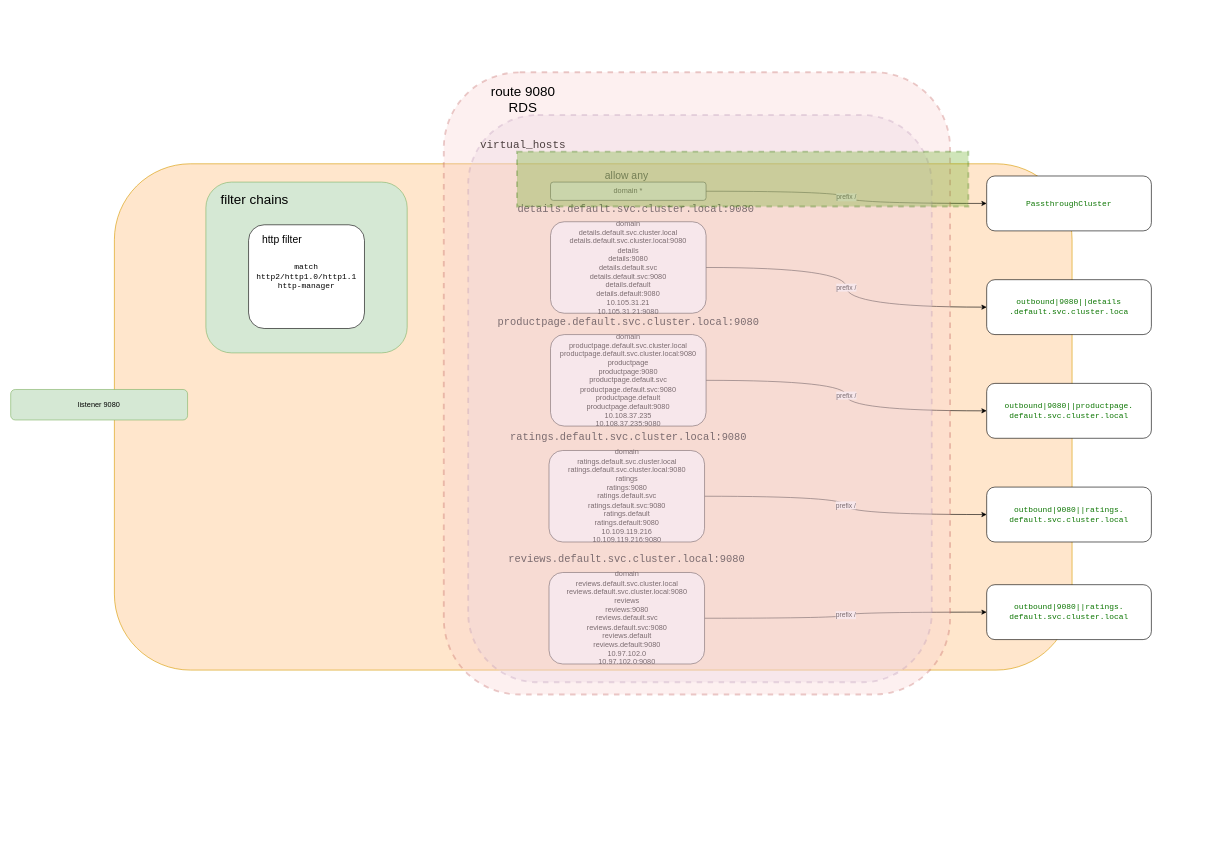
Above: p.drawio in yueyangtian/draw (draw.io), before the change. Source tidied: cells renumbered, new cells numbered last; positions are measured from the earlier drawing's top-left corner, leaving out a move shared by most shapes. Both pictures are drawn from the tidied source at 61%, with x=0, y=0 at pixel (10, 72).
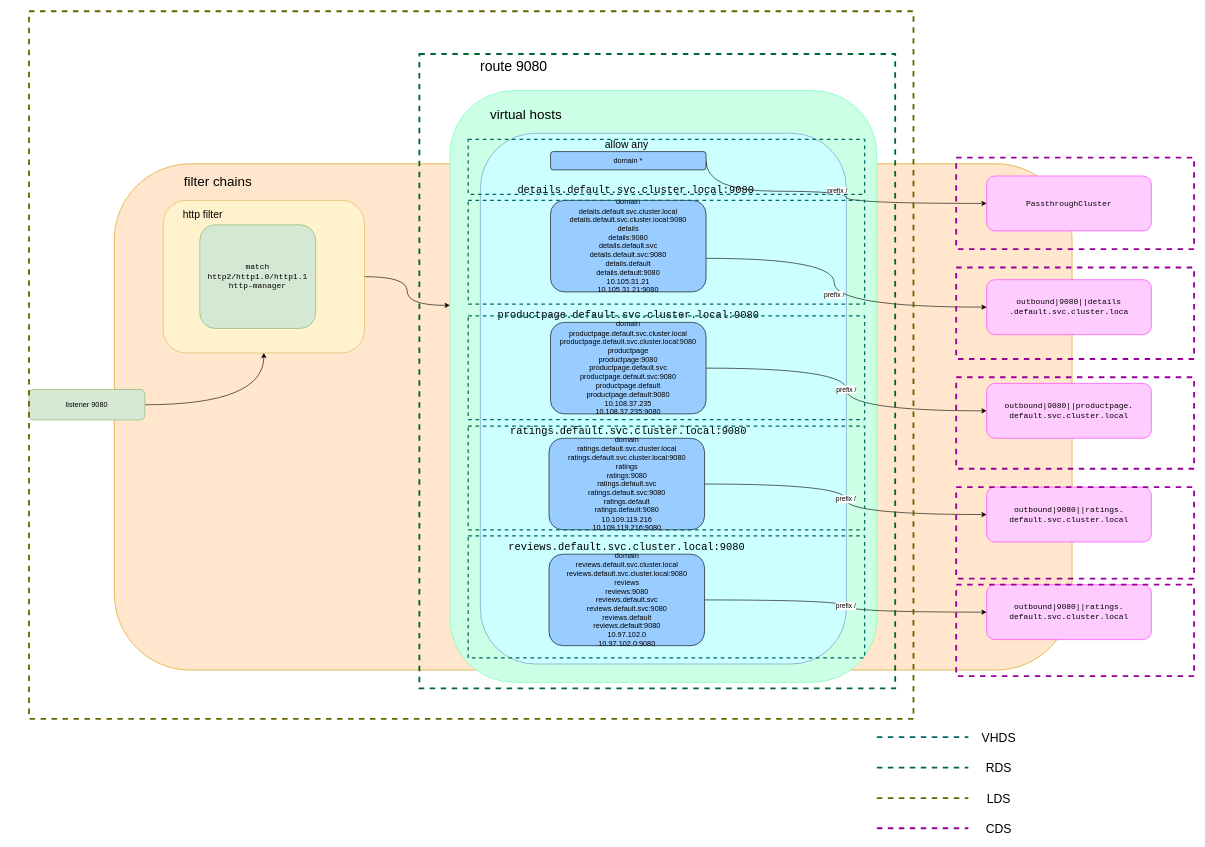
After the change.

The edit, as a diff of the source:
```diff
@@
+    <mxCell id="34" style="rounded=1;whiteSpace=wrap;html=1;glass=0;sketch=0;strokeWidth=1;gradientDirection=south;fillColor=#CCFFE6;strokeColor=#66FFB3;" parent="1" vertex="1">
+      <mxGeometry x="720" y="30" width="700" height="970" as="geometry" />
+    </mxCell>
+    <mxCell id="35" style="rounded=1;whiteSpace=wrap;html=1;glass=0;sketch=0;strokeColor=#6c8ebf;strokeWidth=1;gradientDirection=south;fillColor=#CCFFFF;" parent="1" vertex="1">
+      <mxGeometry x="770" y="100" width="600" height="870" as="geometry" />
+    </mxCell>
+    <mxCell id="36" style="edgeStyle=orthogonalEdgeStyle;curved=1;jettySize=auto;html=1;" parent="1" edge="1" source="3" target="4">
+      <mxGeometry relative="1" as="geometry" />
+    </mxCell>
     <mxCell id="3" value="listener 9080&lt;br&gt;" style="rounded=1;whiteSpace=wrap;html=1;fillColor=#d5e8d4;strokeColor=#82b366;" parent="1" vertex="1">
-      <mxGeometry y="520" width="290" height="50" as="geometry" />
+      <mxGeometry x="30" y="520" width="190" height="50" as="geometry" />
     </mxCell>
+    <mxCell id="37" style="edgeStyle=orthogonalEdgeStyle;curved=1;jettySize=auto;html=1;entryX=0;entryY=0.363;entryDx=0;entryDy=0;entryPerimeter=0;" parent="1" edge="1" source="4" target="34">
+      <mxGeometry relative="1" as="geometry" />
+    </mxCell>
-    <mxCell id="4" style="rounded=1;whiteSpace=wrap;html=1;fillColor=#d5e8d4;strokeColor=#82b366;align=left;" parent="1" vertex="1">
-      <mxGeometry x="320" y="180" width="330" height="280" as="geometry" />
+    <mxCell id="4" style="rounded=1;whiteSpace=wrap;html=1;fillColor=#fff2cc;strokeColor=#d6b656;align=left;" parent="1" vertex="1">
+      <mxGeometry x="250" y="210" width="330" height="250" as="geometry" />
     </mxCell>
-    <mxCell id="5" value="&lt;span style=&quot;font-family: monospace ; font-size: 13px&quot;&gt;match http2/http1.0/http1.1&lt;br&gt;http-manager&lt;/span&gt;" style="rounded=1;whiteSpace=wrap;html=1;align=center;" parent="1" vertex="1">
-      <mxGeometry x="390" y="250" width="190" height="170" as="geometry" />
+    <mxCell id="5" value="&lt;span style=&quot;font-family: monospace ; font-size: 13px&quot;&gt;match http2/http1.0/http1.1&lt;br&gt;http-manager&lt;/span&gt;" style="rounded=1;whiteSpace=wrap;html=1;align=center;fillColor=#d5e8d4;strokeColor=#82b366;" parent="1" vertex="1">
+      <mxGeometry x="310" y="250" width="190" height="170" as="geometry" />
     </mxCell>
@@
     <mxCell id="7" value="&lt;font style=&quot;font-size: 22px&quot;&gt;filter chains&lt;/font&gt;" style="text;html=1;strokeColor=none;fillColor=none;align=center;verticalAlign=middle;whiteSpace=wrap;rounded=0;" parent="1" vertex="1">
-      <mxGeometry x="330" y="190" width="140" height="40" as="geometry" />
+      <mxGeometry x="270" y="160" width="140" height="40" as="geometry" />
     </mxCell>
     <mxCell id="8" value="&lt;font style=&quot;font-size: 17px&quot;&gt;http filter&lt;/font&gt;" style="text;html=1;strokeColor=none;fillColor=none;align=center;verticalAlign=middle;whiteSpace=wrap;rounded=0;" parent="1" vertex="1">
-      <mxGeometry x="400" y="260" width="90" height="30" as="geometry" />
+      <mxGeometry x="270" y="220" width="90" height="30" as="geometry" />
     </mxCell>
@@
-    <mxCell id="10" value="domain *" style="rounded=1;whiteSpace=wrap;html=1;" parent="1" vertex="1">
-      <mxGeometry x="885" y="180" width="255" height="30" as="geometry" />
+    <mxCell id="10" value="domain *" style="rounded=1;whiteSpace=wrap;html=1;fillColor=#99CCFF;" parent="1" vertex="1">
+      <mxGeometry x="885" y="130" width="255" height="30" as="geometry" />
     </mxCell>
-    <mxCell id="11" value="&lt;span style=&quot;color: rgb(11 , 117 , 0) ; font-family: monospace ; font-size: 13px&quot;&gt;PassthroughCluster&lt;/span&gt;" style="rounded=1;whiteSpace=wrap;html=1;" parent="1" vertex="1">
+    <mxCell id="11" value="&lt;span style=&quot;font-family: monospace ; font-size: 13px&quot;&gt;PassthroughCluster&lt;/span&gt;" style="rounded=1;whiteSpace=wrap;html=1;fillColor=#FFCCFF;strokeColor=#FF33FF;" parent="1" vertex="1">
       <mxGeometry x="1600" y="170" width="270" height="90" as="geometry" />
     </mxCell>
-    <mxCell id="12" value="&lt;span style=&quot;color: rgb(11 , 117 , 0) ; font-family: monospace ; font-size: 13px&quot;&gt;outbound|9080||details&lt;br&gt;.default.svc.cluster.loca&lt;/span&gt;" style="rounded=1;whiteSpace=wrap;html=1;" parent="1" vertex="1">
+    <mxCell id="12" value="&lt;span style=&quot;font-family: monospace ; font-size: 13px&quot;&gt;outbound|9080||details&lt;br&gt;.default.svc.cluster.loca&lt;/span&gt;" style="rounded=1;whiteSpace=wrap;html=1;fillColor=#FFCCFF;strokeColor=#FF33FF;" parent="1" vertex="1">
       <mxGeometry x="1600" y="340" width="270" height="90" as="geometry" />
     </mxCell>
-    <mxCell id="13" value="&lt;span style=&quot;color: rgb(11 , 117 , 0) ; font-family: monospace ; font-size: 13px&quot;&gt;outbound|9080||productpage.&lt;br&gt;default.svc.cluster.local&lt;/span&gt;" style="rounded=1;whiteSpace=wrap;html=1;" parent="1" vertex="1">
+    <mxCell id="13" value="&lt;span style=&quot;font-family: monospace ; font-size: 13px&quot;&gt;outbound|9080||productpage.&lt;br&gt;default.svc.cluster.local&lt;/span&gt;" style="rounded=1;whiteSpace=wrap;html=1;fillColor=#FFCCFF;strokeColor=#FF33FF;" parent="1" vertex="1">
       <mxGeometry x="1600" y="510" width="270" height="90" as="geometry" />
     </mxCell>
-    <mxCell id="14" value="&lt;span style=&quot;color: rgb(11 , 117 , 0) ; font-family: monospace ; font-size: 13px&quot;&gt;outbound|9080||ratings.&lt;br&gt;default.svc.cluster.local&lt;/span&gt;" style="rounded=1;whiteSpace=wrap;html=1;" parent="1" vertex="1">
+    <mxCell id="14" value="&lt;span style=&quot;font-family: monospace ; font-size: 13px&quot;&gt;outbound|9080||ratings.&lt;br&gt;default.svc.cluster.local&lt;/span&gt;" style="rounded=1;whiteSpace=wrap;html=1;fillColor=#FFCCFF;strokeColor=#FF33FF;" parent="1" vertex="1">
       <mxGeometry x="1600" y="680" width="270" height="90" as="geometry" />
     </mxCell>
-    <mxCell id="15" value="&lt;span style=&quot;color: rgb(11 , 117 , 0) ; font-family: monospace ; font-size: 13px&quot;&gt;outbound|9080||ratings.&lt;br&gt;default.svc.cluster.local&lt;/span&gt;" style="rounded=1;whiteSpace=wrap;html=1;" parent="1" vertex="1">
+    <mxCell id="15" value="&lt;span style=&quot;font-family: monospace ; font-size: 13px&quot;&gt;outbound|9080||ratings.&lt;br&gt;default.svc.cluster.local&lt;/span&gt;" style="rounded=1;whiteSpace=wrap;html=1;fillColor=#FFCCFF;strokeColor=#FF33FF;" parent="1" vertex="1">
       <mxGeometry x="1600" y="840" width="270" height="90" as="geometry" />
     </mxCell>
     <mxCell id="16" value="&lt;font style=&quot;font-size: 17px&quot;&gt;allow any&lt;/font&gt;" style="text;html=1;strokeColor=none;fillColor=none;align=center;verticalAlign=middle;whiteSpace=wrap;rounded=0;" parent="1" vertex="1">
-      <mxGeometry x="950" y="160" width="120" height="20" as="geometry" />
+      <mxGeometry x="950" y="110" width="120" height="20" as="geometry" />
     </mxCell>
     <mxCell id="17" value="&lt;span style=&quot;font-family: monospace&quot;&gt;&lt;font style=&quot;font-size: 17px&quot;&gt;details.default.svc.cluster.local:9080&lt;/font&gt;&lt;/span&gt;" style="text;html=1;strokeColor=none;fillColor=none;align=center;verticalAlign=middle;whiteSpace=wrap;rounded=0;" parent="1" vertex="1">
-      <mxGeometry x="940" y="220" width="170" height="10" as="geometry" />
+      <mxGeometry x="940" y="190" width="170" height="10" as="geometry" />
     </mxCell>
     <mxCell id="18" value="prefix /" style="edgeStyle=orthogonalEdgeStyle;curved=1;jettySize=auto;html=1;entryX=0;entryY=0.5;entryDx=0;entryDy=0;" parent="1" edge="1" source="19" target="12">
-      <mxGeometry relative="1" as="geometry" />
+      <mxGeometry relative="1" as="geometry">
+        <Array as="points">
+          <mxPoint x="1350" y="305" />
+          <mxPoint x="1350" y="385" />
+        </Array>
+      </mxGeometry>
     </mxCell>
-    <mxCell id="19" value="&lt;span&gt;domain&lt;/span&gt;&lt;br&gt;&lt;span&gt;details.default.svc.cluster.local&lt;/span&gt;&lt;br&gt;&lt;span&gt;details.default.svc.cluster.local:9080&lt;/span&gt;&lt;br&gt;&lt;span&gt;details&lt;/span&gt;&lt;br&gt;&lt;span&gt;details:9080&lt;/span&gt;&lt;br&gt;&lt;span&gt;details.default.svc&lt;/span&gt;&lt;br&gt;&lt;span&gt;details.default.svc:9080&lt;/span&gt;&lt;br&gt;&lt;span&gt;details.default&lt;/span&gt;&lt;br&gt;&lt;span&gt;details.default:9080&lt;/span&gt;&lt;br&gt;&lt;span&gt;10.105.31.21&lt;/span&gt;&lt;br&gt;&lt;span&gt;10.105.31.21:9080&lt;/span&gt;" style="rounded=1;whiteSpace=wrap;html=1;align=center;" parent="1" vertex="1">
-      <mxGeometry x="885" y="245" width="255" height="150" as="geometry" />
+    <mxCell id="19" value="&lt;span&gt;domain&lt;/span&gt;&lt;br&gt;&lt;span&gt;details.default.svc.cluster.local&lt;/span&gt;&lt;br&gt;&lt;span&gt;details.default.svc.cluster.local:9080&lt;/span&gt;&lt;br&gt;&lt;span&gt;details&lt;/span&gt;&lt;br&gt;&lt;span&gt;details:9080&lt;/span&gt;&lt;br&gt;&lt;span&gt;details.default.svc&lt;/span&gt;&lt;br&gt;&lt;span&gt;details.default.svc:9080&lt;/span&gt;&lt;br&gt;&lt;span&gt;details.default&lt;/span&gt;&lt;br&gt;&lt;span&gt;details.default:9080&lt;/span&gt;&lt;br&gt;&lt;span&gt;10.105.31.21&lt;/span&gt;&lt;br&gt;&lt;span&gt;10.105.31.21:9080&lt;/span&gt;" style="rounded=1;whiteSpace=wrap;html=1;align=center;fillColor=#99CCFF;" parent="1" vertex="1">
+      <mxGeometry x="885" y="210" width="255" height="150" as="geometry" />
     </mxCell>
@@
-    <mxCell id="21" value="&lt;span&gt;domain&lt;/span&gt;&lt;br&gt;&lt;span&gt;productpage.default.svc.cluster.local&lt;/span&gt;&lt;br&gt;&lt;span&gt;productpage.default.svc.cluster.local:9080&lt;/span&gt;&lt;br&gt;&lt;span&gt;productpage&lt;/span&gt;&lt;br&gt;&lt;span&gt;productpage:9080&lt;/span&gt;&lt;br&gt;&lt;span&gt;productpage.default.svc&lt;/span&gt;&lt;br&gt;&lt;span&gt;productpage.default.svc:9080&lt;/span&gt;&lt;br&gt;&lt;span&gt;productpage.default&lt;/span&gt;&lt;br&gt;&lt;span&gt;productpage.default:9080&lt;/span&gt;&lt;br&gt;&lt;span&gt;10.108.37.235&lt;/span&gt;&lt;br&gt;&lt;span&gt;10.108.37.235:9080&lt;/span&gt;" style="rounded=1;whiteSpace=wrap;html=1;align=center;" parent="1" vertex="1">
-      <mxGeometry x="885" y="430" width="255" height="150" as="geometry" />
+    <mxCell id="21" value="&lt;span&gt;domain&lt;/span&gt;&lt;br&gt;&lt;span&gt;productpage.default.svc.cluster.local&lt;/span&gt;&lt;br&gt;&lt;span&gt;productpage.default.svc.cluster.local:9080&lt;/span&gt;&lt;br&gt;&lt;span&gt;productpage&lt;/span&gt;&lt;br&gt;&lt;span&gt;productpage:9080&lt;/span&gt;&lt;br&gt;&lt;span&gt;productpage.default.svc&lt;/span&gt;&lt;br&gt;&lt;span&gt;productpage.default.svc:9080&lt;/span&gt;&lt;br&gt;&lt;span&gt;productpage.default&lt;/span&gt;&lt;br&gt;&lt;span&gt;productpage.default:9080&lt;/span&gt;&lt;br&gt;&lt;span&gt;10.108.37.235&lt;/span&gt;&lt;br&gt;&lt;span&gt;10.108.37.235:9080&lt;/span&gt;" style="rounded=1;whiteSpace=wrap;html=1;align=center;fillColor=#99CCFF;" parent="1" vertex="1">
+      <mxGeometry x="885" y="410" width="255" height="150" as="geometry" />
     </mxCell>
     <mxCell id="22" value="&lt;span style=&quot;font-family: monospace&quot;&gt;&lt;font style=&quot;font-size: 17px&quot;&gt;productpage.default.svc.cluster.local:9080&lt;/font&gt;&lt;/span&gt;" style="text;html=1;strokeColor=none;fillColor=none;align=center;verticalAlign=middle;whiteSpace=wrap;rounded=0;" parent="1" vertex="1">
-      <mxGeometry x="877.5" y="400" width="270" height="20" as="geometry" />
+      <mxGeometry x="877.5" y="390" width="270" height="20" as="geometry" />
     </mxCell>
@@
-    <mxCell id="24" value="&lt;span&gt;domain&lt;/span&gt;&lt;br&gt;&lt;span&gt;ratings.default.svc.cluster.local&lt;/span&gt;&lt;br&gt;&lt;span&gt;ratings.default.svc.cluster.local:9080&lt;/span&gt;&lt;br&gt;&lt;span&gt;ratings&lt;/span&gt;&lt;br&gt;&lt;span&gt;ratings:9080&lt;/span&gt;&lt;br&gt;&lt;span&gt;ratings.default.svc&lt;/span&gt;&lt;br&gt;&lt;span&gt;ratings.default.svc:9080&lt;/span&gt;&lt;br&gt;&lt;span&gt;ratings.default&lt;/span&gt;&lt;br&gt;&lt;span&gt;ratings.default:9080&lt;/span&gt;&lt;br&gt;&lt;span&gt;10.109.119.216&lt;/span&gt;&lt;br&gt;&lt;span&gt;10.109.119.216:9080&lt;/span&gt;" style="rounded=1;whiteSpace=wrap;html=1;align=center;" parent="1" vertex="1">
-      <mxGeometry x="882.5" y="620" width="255" height="150" as="geometry" />
+    <mxCell id="24" value="&lt;span&gt;domain&lt;/span&gt;&lt;br&gt;&lt;span&gt;ratings.default.svc.cluster.local&lt;/span&gt;&lt;br&gt;&lt;span&gt;ratings.default.svc.cluster.local:9080&lt;/span&gt;&lt;br&gt;&lt;span&gt;ratings&lt;/span&gt;&lt;br&gt;&lt;span&gt;ratings:9080&lt;/span&gt;&lt;br&gt;&lt;span&gt;ratings.default.svc&lt;/span&gt;&lt;br&gt;&lt;span&gt;ratings.default.svc:9080&lt;/span&gt;&lt;br&gt;&lt;span&gt;ratings.default&lt;/span&gt;&lt;br&gt;&lt;span&gt;ratings.default:9080&lt;/span&gt;&lt;br&gt;&lt;span&gt;10.109.119.216&lt;/span&gt;&lt;br&gt;&lt;span&gt;10.109.119.216:9080&lt;/span&gt;" style="rounded=1;whiteSpace=wrap;html=1;align=center;fillColor=#99CCFF;" parent="1" vertex="1">
+      <mxGeometry x="882.5" y="600" width="255" height="150" as="geometry" />
     </mxCell>
     <mxCell id="25" value="&lt;span style=&quot;font-family: monospace&quot;&gt;&lt;font style=&quot;font-size: 17px&quot;&gt;ratings.default.svc.cluster.local:9080&lt;/font&gt;&lt;/span&gt;" style="text;html=1;strokeColor=none;fillColor=none;align=center;verticalAlign=middle;whiteSpace=wrap;rounded=0;" parent="1" vertex="1">
-      <mxGeometry x="877.5" y="590" width="270" height="20" as="geometry" />
+      <mxGeometry x="877.5" y="580" width="270" height="20" as="geometry" />
     </mxCell>
@@
-    <mxCell id="27" value="&lt;span&gt;domain&lt;/span&gt;&lt;br&gt;&lt;span&gt;reviews.default.svc.cluster.local&lt;/span&gt;&lt;br&gt;&lt;span&gt;reviews.default.svc.cluster.local:9080&lt;/span&gt;&lt;br&gt;&lt;span&gt;reviews&lt;/span&gt;&lt;br&gt;&lt;span&gt;reviews:9080&lt;/span&gt;&lt;br&gt;&lt;span&gt;reviews.default.svc&lt;/span&gt;&lt;br&gt;&lt;span&gt;reviews.default.svc:9080&lt;/span&gt;&lt;br&gt;&lt;span&gt;reviews.default&lt;/span&gt;&lt;br&gt;&lt;span&gt;reviews.default:9080&lt;/span&gt;&lt;br&gt;&lt;span&gt;10.97.102.0&lt;/span&gt;&lt;br&gt;&lt;span&gt;10.97.102.0:9080&lt;/span&gt;" style="rounded=1;whiteSpace=wrap;html=1;align=center;" parent="1" vertex="1">
-      <mxGeometry x="882.5" y="820" width="255" height="150" as="geometry" />
+    <mxCell id="27" value="&lt;span&gt;domain&lt;/span&gt;&lt;br&gt;&lt;span&gt;reviews.default.svc.cluster.local&lt;/span&gt;&lt;br&gt;&lt;span&gt;reviews.default.svc.cluster.local:9080&lt;/span&gt;&lt;br&gt;&lt;span&gt;reviews&lt;/span&gt;&lt;br&gt;&lt;span&gt;reviews:9080&lt;/span&gt;&lt;br&gt;&lt;span&gt;reviews.default.svc&lt;/span&gt;&lt;br&gt;&lt;span&gt;reviews.default.svc:9080&lt;/span&gt;&lt;br&gt;&lt;span&gt;reviews.default&lt;/span&gt;&lt;br&gt;&lt;span&gt;reviews.default:9080&lt;/span&gt;&lt;br&gt;&lt;span&gt;10.97.102.0&lt;/span&gt;&lt;br&gt;&lt;span&gt;10.97.102.0:9080&lt;/span&gt;" style="rounded=1;whiteSpace=wrap;html=1;align=center;fillColor=#99CCFF;" parent="1" vertex="1">
+      <mxGeometry x="882.5" y="790" width="255" height="150" as="geometry" />
     </mxCell>
     <mxCell id="28" value="&lt;span style=&quot;font-family: monospace&quot;&gt;&lt;font style=&quot;font-size: 17px&quot;&gt;reviews.default.svc.cluster.local:9080&lt;/font&gt;&lt;/span&gt;" style="text;html=1;strokeColor=none;fillColor=none;align=center;verticalAlign=middle;whiteSpace=wrap;rounded=0;" parent="1" vertex="1">
-      <mxGeometry x="875" y="790" width="270" height="20" as="geometry" />
+      <mxGeometry x="875" y="770" width="270" height="20" as="geometry" />
     </mxCell>
-    <mxCell id="29" style="rounded=1;whiteSpace=wrap;html=1;opacity=30;fillColor=#e1d5e7;strokeColor=#9673a6;dashed=1;strokeWidth=3;" parent="1" vertex="1">
-      <mxGeometry x="750" y="70" width="760" height="930" as="geometry" />
-    </mxCell>
-    <mxCell id="30" value="&lt;span style=&quot;font-family: monospace&quot;&gt;&lt;font style=&quot;font-size: 18px&quot;&gt;virtual_hosts&lt;/font&gt;&lt;/span&gt;" style="text;html=1;strokeColor=none;fillColor=none;align=center;verticalAlign=middle;whiteSpace=wrap;rounded=0;dashed=1;opacity=30;" parent="1" vertex="1">
-      <mxGeometry x="820" y="110" width="40" height="20" as="geometry" />
-    </mxCell>
-    <mxCell id="31" style="rounded=1;whiteSpace=wrap;html=1;dashed=1;strokeWidth=3;opacity=30;strokeColor=#b85450;fillColor=#f8cecc;" parent="1" vertex="1">
-      <mxGeometry x="710" width="830" height="1020" as="geometry" />
-    </mxCell>
-    <mxCell id="32" value="&lt;font style=&quot;font-size: 22px&quot;&gt;route 9080 RDS&lt;/font&gt;" style="text;html=1;strokeColor=none;fillColor=none;align=center;verticalAlign=middle;whiteSpace=wrap;rounded=0;dashed=1;opacity=30;" parent="1" vertex="1">
-      <mxGeometry x="780" y="30" width="120" height="30" as="geometry" />
-    </mxCell>
-    <mxCell id="33" style="rounded=0;whiteSpace=wrap;html=1;dashed=1;strokeWidth=3;fillColor=#60a917;opacity=30;strokeColor=#2D7600;fontColor=#ffffff;" parent="1" vertex="1">
-      <mxGeometry x="830" y="130" width="740" height="90" as="geometry" />
-    </mxCell>
+    <mxCell id="38" value="&lt;font style=&quot;font-size: 22px&quot;&gt;virtual hosts&lt;/font&gt;" style="text;html=1;strokeColor=none;fillColor=none;align=center;verticalAlign=middle;whiteSpace=wrap;rounded=0;glass=0;sketch=0;" parent="1" vertex="1">
+      <mxGeometry x="770" y="60" width="150" height="20" as="geometry" />
+    </mxCell>
+    <mxCell id="39" value="&lt;font style=&quot;font-size: 23px&quot;&gt;route 9080&lt;/font&gt;" style="text;html=1;strokeColor=none;fillColor=none;align=center;verticalAlign=middle;whiteSpace=wrap;rounded=0;glass=0;sketch=0;" parent="1" vertex="1">
+      <mxGeometry x="730" y="-20" width="190" height="20" as="geometry" />
+    </mxCell>
+    <mxCell id="40" style="rounded=0;whiteSpace=wrap;html=1;glass=0;sketch=0;strokeWidth=2;gradientDirection=south;fillColor=none;strokeColor=#006666;dashed=1;" parent="1" vertex="1">
+      <mxGeometry x="750" y="110" width="650" height="90" as="geometry" />
+    </mxCell>
+    <mxCell id="41" style="rounded=0;whiteSpace=wrap;html=1;glass=0;sketch=0;strokeWidth=2;gradientDirection=south;fillColor=none;strokeColor=#006666;dashed=1;" parent="1" vertex="1">
+      <mxGeometry x="750" y="210" width="650" height="170" as="geometry" />
+    </mxCell>
+    <mxCell id="42" style="rounded=0;whiteSpace=wrap;html=1;glass=0;sketch=0;strokeWidth=2;gradientDirection=south;fillColor=none;strokeColor=#006666;dashed=1;" parent="1" vertex="1">
+      <mxGeometry x="750" y="580" width="650" height="170" as="geometry" />
+    </mxCell>
+    <mxCell id="43" style="rounded=0;whiteSpace=wrap;html=1;glass=0;sketch=0;strokeWidth=2;gradientDirection=south;fillColor=none;strokeColor=#006666;dashed=1;" parent="1" vertex="1">
+      <mxGeometry x="750" y="399.5" width="650" height="170" as="geometry" />
+    </mxCell>
+    <mxCell id="44" style="rounded=0;whiteSpace=wrap;html=1;glass=0;sketch=0;strokeWidth=2;gradientDirection=south;fillColor=none;strokeColor=#006666;dashed=1;" parent="1" vertex="1">
+      <mxGeometry x="750" y="760" width="650" height="200" as="geometry" />
+    </mxCell>
+    <mxCell id="45" style="endArrow=none;dashed=1;html=1;strokeWidth=3;strokeColor=#006666;" parent="1" edge="1">
+      <mxGeometry relative="1" as="geometry">
+        <mxPoint x="1420" y="1090" as="sourcePoint" />
+        <mxPoint x="1570" y="1090" as="targetPoint" />
+      </mxGeometry>
+    </mxCell>
+    <mxCell id="46" value="&lt;font style=&quot;font-size: 20px&quot;&gt;VHDS&lt;/font&gt;" style="text;html=1;strokeColor=none;fillColor=none;align=center;verticalAlign=middle;whiteSpace=wrap;rounded=0;glass=0;dashed=1;sketch=0;" parent="1" vertex="1">
+      <mxGeometry x="1600" y="1080" width="40" height="20" as="geometry" />
+    </mxCell>
+    <mxCell id="47" style="rounded=0;whiteSpace=wrap;html=1;glass=0;dashed=1;sketch=0;strokeWidth=3;fillColor=none;gradientDirection=south;strokeColor=#006633;" parent="1" vertex="1">
+      <mxGeometry x="670" y="-30" width="780" height="1040" as="geometry" />
+    </mxCell>
+    <mxCell id="48" style="endArrow=none;dashed=1;html=1;strokeWidth=3;strokeColor=#006633;" parent="1" edge="1">
+      <mxGeometry relative="1" as="geometry">
+        <mxPoint x="1420" y="1140" as="sourcePoint" />
+        <mxPoint x="1570" y="1140" as="targetPoint" />
+      </mxGeometry>
+    </mxCell>
+    <mxCell id="49" value="&lt;font style=&quot;font-size: 20px&quot;&gt;RDS&lt;/font&gt;" style="text;html=1;strokeColor=none;fillColor=none;align=center;verticalAlign=middle;whiteSpace=wrap;rounded=0;glass=0;dashed=1;sketch=0;" parent="1" vertex="1">
+      <mxGeometry x="1600" y="1130" width="40" height="20" as="geometry" />
+    </mxCell>
+    <mxCell id="50" style="rounded=0;whiteSpace=wrap;html=1;glass=0;dashed=1;sketch=0;strokeWidth=3;fillColor=none;gradientDirection=south;strokeColor=#666600;" parent="1" vertex="1">
+      <mxGeometry x="30" y="-100" width="1450" height="1160" as="geometry" />
+    </mxCell>
+    <mxCell id="51" style="endArrow=none;dashed=1;html=1;strokeWidth=3;strokeColor=#666600;" parent="1" edge="1">
+      <mxGeometry relative="1" as="geometry">
+        <mxPoint x="1420" y="1190" as="sourcePoint" />
+        <mxPoint x="1570" y="1190" as="targetPoint" />
+      </mxGeometry>
+    </mxCell>
+    <mxCell id="52" value="&lt;font style=&quot;font-size: 20px&quot;&gt;LDS&lt;/font&gt;" style="text;html=1;strokeColor=none;fillColor=none;align=center;verticalAlign=middle;whiteSpace=wrap;rounded=0;glass=0;dashed=1;sketch=0;" parent="1" vertex="1">
+      <mxGeometry x="1600" y="1180" width="40" height="20" as="geometry" />
+    </mxCell>
+    <mxCell id="53" style="rounded=0;whiteSpace=wrap;html=1;glass=0;dashed=1;sketch=0;strokeWidth=3;gradientDirection=south;fillColor=none;strokeColor=#990099;" parent="1" vertex="1">
+      <mxGeometry x="1550" y="140" width="390" height="150" as="geometry" />
+    </mxCell>
+    <mxCell id="54" style="rounded=0;whiteSpace=wrap;html=1;glass=0;dashed=1;sketch=0;strokeWidth=3;gradientDirection=south;fillColor=none;strokeColor=#990099;" parent="1" vertex="1">
+      <mxGeometry x="1550" y="320" width="390" height="150" as="geometry" />
+    </mxCell>
+    <mxCell id="55" style="rounded=0;whiteSpace=wrap;html=1;glass=0;dashed=1;sketch=0;strokeWidth=3;gradientDirection=south;fillColor=none;strokeColor=#990099;" parent="1" vertex="1">
+      <mxGeometry x="1550" y="500" width="390" height="150" as="geometry" />
+    </mxCell>
+    <mxCell id="56" style="rounded=0;whiteSpace=wrap;html=1;glass=0;dashed=1;sketch=0;strokeWidth=3;gradientDirection=south;fillColor=none;strokeColor=#990099;" parent="1" vertex="1">
+      <mxGeometry x="1550" y="680" width="390" height="150" as="geometry" />
+    </mxCell>
+    <mxCell id="57" style="rounded=0;whiteSpace=wrap;html=1;glass=0;dashed=1;sketch=0;strokeWidth=3;gradientDirection=south;fillColor=none;strokeColor=#990099;" parent="1" vertex="1">
+      <mxGeometry x="1550" y="840" width="390" height="150" as="geometry" />
+    </mxCell>
+    <mxCell id="58" style="endArrow=none;dashed=1;html=1;strokeWidth=3;strokeColor=#990099;" parent="1" edge="1">
+      <mxGeometry relative="1" as="geometry">
+        <mxPoint x="1420" y="1239.3" as="sourcePoint" />
+        <mxPoint x="1570" y="1239.3" as="targetPoint" />
+      </mxGeometry>
+    </mxCell>
+    <mxCell id="59" value="&lt;font style=&quot;font-size: 20px&quot;&gt;CDS&lt;/font&gt;" style="text;html=1;strokeColor=none;fillColor=none;align=center;verticalAlign=middle;whiteSpace=wrap;rounded=0;glass=0;dashed=1;sketch=0;" parent="1" vertex="1">
+      <mxGeometry x="1600" y="1230" width="40" height="20" as="geometry" />
+    </mxCell>
```
